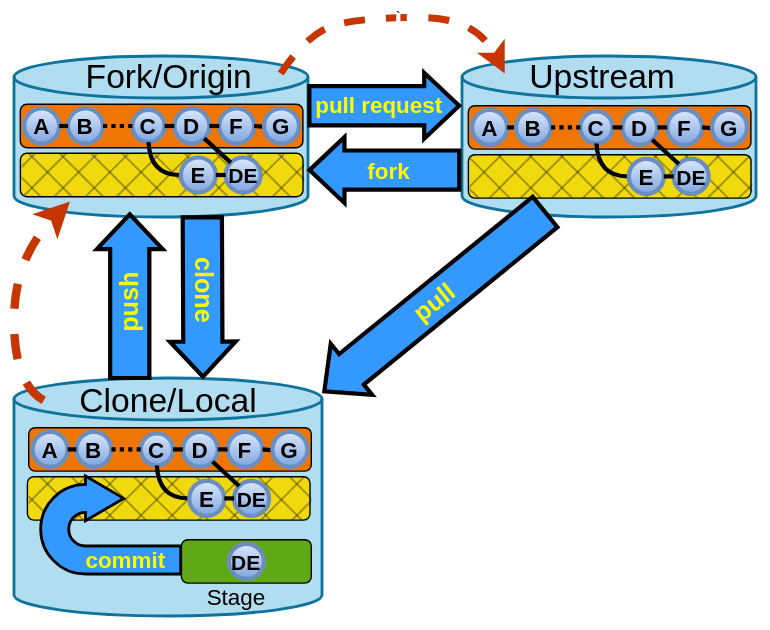
Above: materials/images/BaseDiagram.svg in HFOSSedu/GitKit-Codespace (draw.io), before the change. Source tidied: cells renumbered, new cells last; positions are measured from the earlier drawing's top-left corner, leaving out a move shared by most shapes.
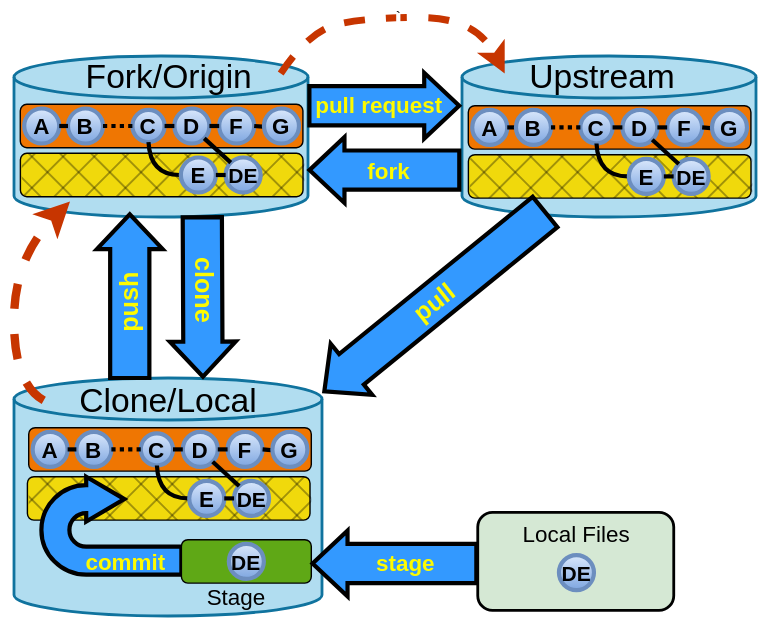
Above is the later version.

What changed in the source:
```diff
@@ -35,14 +35,14 @@
     <mxCell id="12" style="rounded=1;whiteSpace=wrap;html=1;labelBackgroundColor=none;labelBorderColor=none;fillColor=light-dark(#000000,#000000);fontColor=light-dark(#FFFFFF,#000000);strokeColor=none;fillStyle=cross-hatch;opacity=90;fontSize=20;" parent="10" vertex="1">
       <mxGeometry x="0.9" width="201.9" height="31" as="geometry" />
     </mxCell>
-    <mxCell id="13" style="html=1;shadow=0;dashed=0;align=center;verticalAlign=middle;shape=mxgraph.arrows2.uTurnArrow;dy=10;arrowHead=32;dx2=27.25;rounded=0;strokeColor=default;strokeWidth=2;fontFamily=Helvetica;fontSize=20;fontColor=light-dark(#feffff, #ededed);fontStyle=1;labelBackgroundColor=light-dark(#3298ff, #ededed);textDirection=vertical-lr;fillColor=#3399FF;" parent="10" vertex="1">
+    <mxCell id="13" style="html=1;shadow=0;dashed=0;align=center;verticalAlign=middle;shape=mxgraph.arrows2.uTurnArrow;dy=10;arrowHead=32;dx2=27.25;rounded=0;strokeColor=default;strokeWidth=3;fontFamily=Helvetica;fontSize=20;fontColor=light-dark(#feffff, #ededed);fontStyle=1;labelBackgroundColor=light-dark(#3298ff, #ededed);textDirection=vertical-lr;fillColor=#3399FF;" parent="10" vertex="1">
       <mxGeometry x="10" width="100" height="70" as="geometry" />
     </mxCell>
     <mxCell id="14" style="rounded=1;whiteSpace=wrap;html=1;labelBackgroundColor=default;labelBorderColor=default;fillColor=#5FA816;fontColor=#000000;strokeColor=default;fillStyle=solid;" parent="10" vertex="1">
       <mxGeometry x="110" y="45" width="92.8" height="31" as="geometry" />
     </mxCell>
     <mxCell id="15" value="commit" style="text;html=1;strokeColor=none;fillColor=none;align=center;verticalAlign=middle;rounded=0;fontSize=16;fontStyle=1;fontColor=light-dark(#fefb00, #ededed);spacing=0;rotation=0;" parent="10" vertex="1">
-      <mxGeometry x="43.5" y="45" width="53.5" height="30" as="geometry" />
+      <mxGeometry x="43.5" y="46" width="53.5" height="30" as="geometry" />
     </mxCell>
     <mxCell id="16" value="&lt;font style=&quot;font-size: 15px;&quot;&gt;DE&lt;/font&gt;" style="ellipse;whiteSpace=wrap;html=1;fillColor=#dae8fc;fontSize=16;fontStyle=1;gradientColor=#7ea6e0;strokeColor=#6c8ebf;strokeWidth=3;" parent="10" vertex="1">
       <mxGeometry x="143.9" y="48" width="25" height="25" as="geometry" />
@@ -345,5 +345,30 @@
     <mxCell id="96" value="pull" style="text;html=1;whiteSpace=wrap;strokeColor=none;fillColor=none;align=center;verticalAlign=middle;rounded=0;rotation=322;fontColor=light-dark(#fefb00, #ededed);fontSize=18;fontStyle=1;spacing=0;" parent="1" vertex="1">
       <mxGeometry x="280" y="203" width="60" height="25.4" as="geometry" />
     </mxCell>
+    <mxCell id="97" style="shape=flexArrow;endArrow=classic;rounded=0;fillColor=#3399FF;width=26;endSize=7.33;endWidth=16;fontSize=21;labelBackgroundColor=none;fontColor=light-dark(#fefb00, #ededed);fontStyle=1;textDirection=ltr;strokeWidth=3;html=1;horizontal=1;spacingTop=30;" parent="1" edge="1">
+      <mxGeometry x="-0.3" y="3" relative="1" as="geometry">
+        <mxPoint x="341.2" y="402" as="sourcePoint" />
+        <mxPoint x="221.2" y="402" as="targetPoint" />
+        <mxPoint x="1" as="offset" />
+      </mxGeometry>
+    </mxCell>
+    <mxCell id="98" style="group;rotation=-180;" parent="1" vertex="1">
+      <mxGeometry x="225" y="386" width="120" height="30" as="geometry" />
+    </mxCell>
+    <mxCell id="99" value="stage" style="text;html=1;strokeColor=none;fillColor=none;align=center;verticalAlign=middle;rounded=0;fontSize=16;fontStyle=1;fontColor=light-dark(#fefb00, #ededed);spacing=0;rotation=0;" parent="98" vertex="1">
+      <mxGeometry x="34" y="1" width="60" height="30" as="geometry" />
+    </mxCell>
+    <mxCell id="100" style="group;" parent="1" vertex="1">
+      <mxGeometry x="341.2" y="366" width="140" height="70" as="geometry" />
+    </mxCell>
+    <mxCell id="101" style="rounded=1;whiteSpace=wrap;html=1;fillColor=#d5e8d4;strokeColor=default;strokeWidth=2;" parent="100" vertex="1">
+      <mxGeometry width="140" height="70" as="geometry" />
+    </mxCell>
+    <mxCell id="102" value="Local Files" style="text;html=1;strokeColor=none;fillColor=none;align=center;verticalAlign=middle;rounded=0;fontSize=16;fontStyle=0;fontColor=light-dark(#000000, #ededed);spacing=0;rotation=0;" parent="100" vertex="1">
+      <mxGeometry x="40" width="60" height="30" as="geometry" />
+    </mxCell>
+    <mxCell id="103" value="&lt;font style=&quot;font-size: 15px;&quot;&gt;DE&lt;/font&gt;" style="ellipse;whiteSpace=wrap;html=1;fillColor=#dae8fc;fontSize=16;fontStyle=1;gradientColor=#7ea6e0;strokeColor=#6c8ebf;strokeWidth=3;" parent="100" vertex="1">
+      <mxGeometry x="57.5" y="30" width="25" height="25" as="geometry" />
+    </mxCell>
   </root>
 </mxGraphModel>
```
